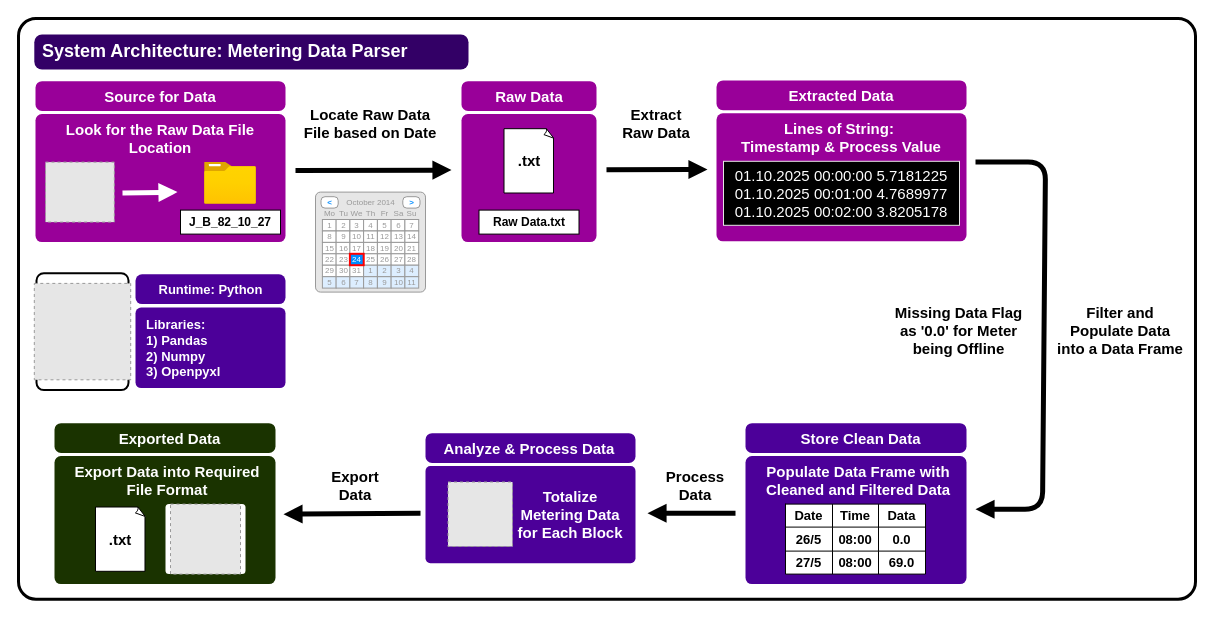
This is Control Systems/Python/Metering Data Parser/Documentations/System Architecture.drawio from ByteToBits/ControlSystems, a draw.io file, before an edit. Source tidied: cells renumbered, new cells numbered last; positions are measured from the earlier drawing's top-left corner, leaving out a move shared by most shapes. Both pictures are drawn from the tidied source at 100%, with x=0, y=0 at pixel (18, 18). Pictures stored in the file or linked from it are replaced by grey dashed boxes.
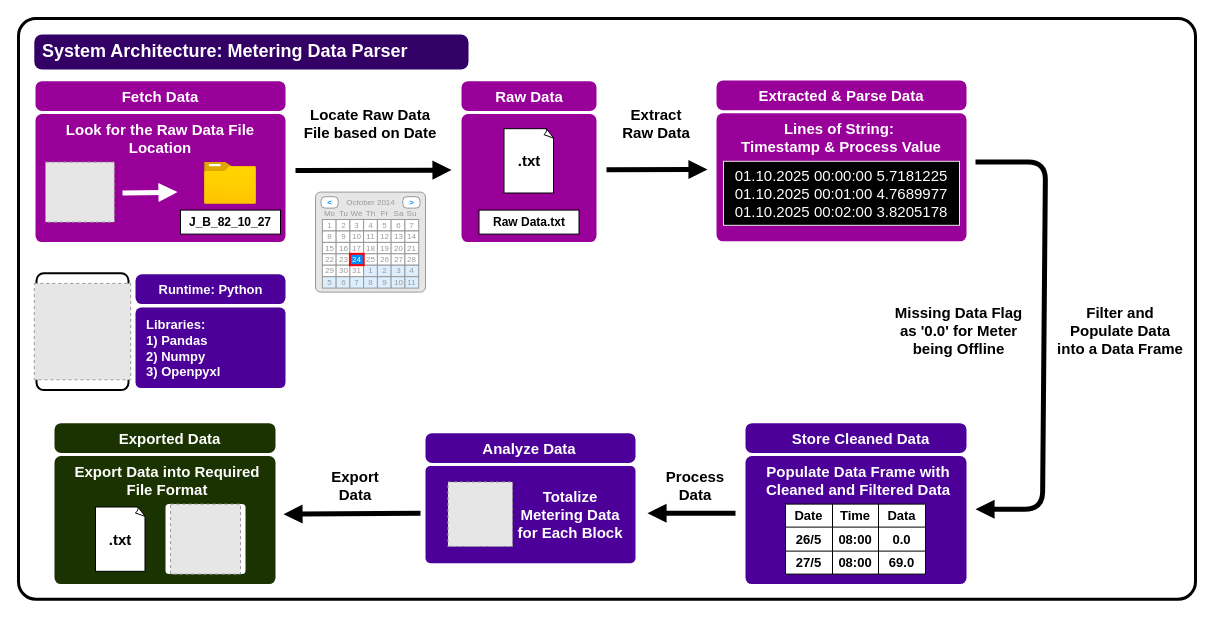
The same page after the edit.

What changed in the source:
```diff
@@
-    <mxCell id="4" value="&lt;span style=&quot;font-size: 15px;&quot;&gt;&lt;b&gt;Store Clean Data&lt;/b&gt;&lt;/span&gt;" style="rounded=0;whiteSpace=wrap;html=1;strokeColor=none;fillColor=none;fontColor=#FFFFFF;" parent="1" vertex="1">
+    <mxCell id="4" value="&lt;span style=&quot;font-size: 15px;&quot;&gt;&lt;b&gt;Store Cleaned Data&lt;/b&gt;&lt;/span&gt;" style="rounded=0;whiteSpace=wrap;html=1;strokeColor=none;fillColor=none;fontColor=#FFFFFF;" parent="1" vertex="1">
       <mxGeometry x="747" y="409.6" width="191" height="20" as="geometry" />
     </mxCell>
@@
-    <mxCell id="13" value="&lt;span style=&quot;font-size: 15px;&quot;&gt;&lt;b&gt;Extracted Data&lt;/b&gt;&lt;/span&gt;" style="rounded=0;whiteSpace=wrap;html=1;strokeColor=none;fillColor=none;fontColor=#FFFFFF;" parent="1" vertex="1">
+    <mxCell id="13" value="&lt;span style=&quot;font-size: 15px;&quot;&gt;&lt;b&gt;Extracted &amp;amp; Parse Data&lt;/b&gt;&lt;/span&gt;" style="rounded=0;whiteSpace=wrap;html=1;strokeColor=none;fillColor=none;fontColor=#FFFFFF;" parent="1" vertex="1">
       <mxGeometry x="708" y="66.8" width="230" height="20" as="geometry" />
     </mxCell>
@@
-    <mxCell id="19" value="&lt;span style=&quot;font-size: 15px;&quot;&gt;&lt;b&gt;Source for Data&lt;/b&gt;&lt;/span&gt;" style="rounded=0;whiteSpace=wrap;html=1;strokeColor=none;fillColor=none;fontColor=#FFFFFF;" parent="1" vertex="1">
+    <mxCell id="19" value="&lt;span style=&quot;font-size: 15px;&quot;&gt;&lt;b&gt;Fetch Data&lt;/b&gt;&lt;/span&gt;" style="rounded=0;whiteSpace=wrap;html=1;strokeColor=none;fillColor=none;fontColor=#FFFFFF;" parent="1" vertex="1">
       <mxGeometry x="27" y="67.6" width="230" height="20" as="geometry" />
     </mxCell>
@@
-    <mxCell id="101" value="&lt;span style=&quot;font-size: 15px;&quot;&gt;&lt;b&gt;Analyze &amp;amp; Process Data&lt;/b&gt;&lt;/span&gt;" style="rounded=0;whiteSpace=wrap;html=1;strokeColor=none;fillColor=none;fontColor=#FFFFFF;" parent="1" vertex="1">
+    <mxCell id="101" value="&lt;span style=&quot;font-size: 15px;&quot;&gt;&lt;b&gt;Analyze Data&lt;/b&gt;&lt;/span&gt;" style="rounded=0;whiteSpace=wrap;html=1;strokeColor=none;fillColor=none;fontColor=#FFFFFF;" parent="1" vertex="1">
       <mxGeometry x="420.5" y="419.6" width="180" height="20" as="geometry" />
     </mxCell>
```
